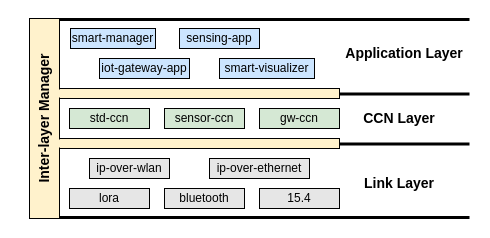
This is res/images/diagrams.drawio from ComNets-Bremen/inbaverSys, a draw.io file, before an edit. Source tidied: cells renumbered, new cells numbered last; positions are measured from the earlier drawing's top-left corner, leaving out a move shared by most shapes. Both pictures are drawn from the tidied source at 100%, with x=0, y=0 at pixel (-56, 19).
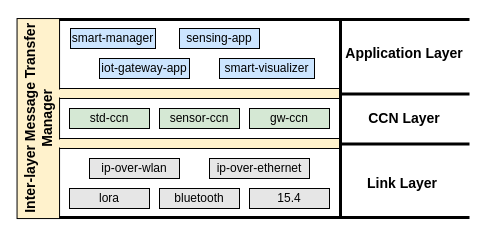
The same diagram, later.

Change to the diagram source:
```diff
@@
-    <mxCell id="2" value="&lt;b&gt;&lt;font style=&quot;font-size: 14px;&quot;&gt;Inter-layer Manager&lt;/font&gt;&lt;/b&gt;" style="rounded=0;whiteSpace=wrap;html=1;direction=east;fillColor=#FFF2CC;rotation=-90;" parent="1" vertex="1">
-      <mxGeometry y="84" width="200" height="30" as="geometry" />
+    <mxCell id="2" value="&lt;b&gt;&lt;font style=&quot;font-size: 14px;&quot;&gt;Inter-layer Message Transfer Manager&lt;/font&gt;&lt;/b&gt;" style="rounded=0;whiteSpace=wrap;html=1;direction=east;fillColor=#FFF2CC;rotation=-90;" parent="1" vertex="1">
+      <mxGeometry x="-6.2" y="77.8" width="200" height="42.5" as="geometry" />
     </mxCell>
@@
     <mxCell id="7" value="gw-ccn" style="rounded=0;whiteSpace=wrap;html=1;fillColor=#D5E8D4;" parent="1" vertex="1">
-      <mxGeometry x="315" y="89" width="80" height="20" as="geometry" />
+      <mxGeometry x="305" y="89" width="80" height="20" as="geometry" />
     </mxCell>
     <mxCell id="8" value="sensor-ccn" style="rounded=0;whiteSpace=wrap;html=1;fillColor=#D5E8D4;" parent="1" vertex="1">
-      <mxGeometry x="220" y="89" width="80" height="20" as="geometry" />
+      <mxGeometry x="215" y="89" width="80" height="20" as="geometry" />
     </mxCell>
@@
     <mxCell id="13" value="ip-over-wlan" style="rounded=0;whiteSpace=wrap;html=1;fillColor=#E6E6E6;" parent="1" vertex="1">
-      <mxGeometry x="145" y="139" width="80" height="20" as="geometry" />
+      <mxGeometry x="145" y="139" width="90" height="20" as="geometry" />
     </mxCell>
@@
     <mxCell id="18" value="bluetooth" style="rounded=0;whiteSpace=wrap;html=1;fillColor=#E6E6E6;" parent="1" vertex="1">
-      <mxGeometry x="220" y="169" width="80" height="20" as="geometry" />
+      <mxGeometry x="215" y="169" width="80" height="20" as="geometry" />
     </mxCell>
     <mxCell id="19" value="15.4" style="rounded=0;whiteSpace=wrap;html=1;fillColor=#E6E6E6;" parent="1" vertex="1">
-      <mxGeometry x="315" y="169" width="80" height="20" as="geometry" />
+      <mxGeometry x="305" y="169" width="80" height="20" as="geometry" />
     </mxCell>
     <mxCell id="20" value="&lt;span style=&quot;font-size: 14px;&quot;&gt;&lt;b&gt;CCN Layer&lt;/b&gt;&lt;/span&gt;" style="text;whiteSpace=wrap;html=1;align=center;rotation=0;direction=east;" parent="1" vertex="1">
-      <mxGeometry x="415" y="84" width="80" height="30" as="geometry" />
+      <mxGeometry x="420" y="84" width="80" height="30" as="geometry" />
     </mxCell>
     <mxCell id="21" value="&lt;span style=&quot;font-size: 14px;&quot;&gt;&lt;b&gt;Link Layer&lt;/b&gt;&lt;/span&gt;" style="text;whiteSpace=wrap;html=1;align=center;rotation=0;direction=east;" parent="1" vertex="1">
-      <mxGeometry x="413" y="149" width="84" height="30" as="geometry" />
+      <mxGeometry x="416" y="149" width="84" height="30" as="geometry" />
     </mxCell>
@@
+    <mxCell id="26" style="endArrow=none;html=1;rounded=0;strokeWidth=3;" parent="1" edge="1">
+      <mxGeometry relative="1" as="geometry">
+        <mxPoint x="396" y="199" as="sourcePoint" />
+        <mxPoint x="396" y="-1" as="targetPoint" />
+      </mxGeometry>
+    </mxCell>
```
